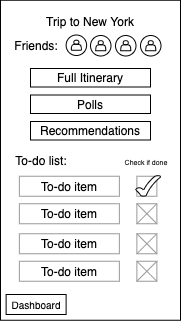
agile-dev-assignments/user-experience-design-team-luniao-devolved keeps this draw.io diagram as ux-design/CurrentTrip.png. Above is the earlier version. Source tidied: cells renumbered, new cells last; positions are measured from the earlier drawing's top-left corner, leaving out a move shared by most shapes.
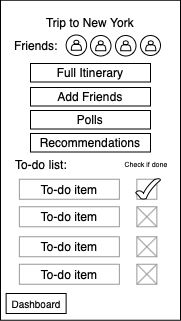
The same file after the commit.

What changed in the source:
```diff
@@ -3,88 +3,88 @@
     <mxCell id="0" />
     <mxCell id="1" parent="0" />
     <mxCell id="2" style="rounded=0;whiteSpace=wrap;html=1;" parent="1" vertex="1">
-      <mxGeometry y="-0.2" width="180" height="320" as="geometry" />
+      <mxGeometry y="0.8" width="180" height="320" as="geometry" />
     </mxCell>
     <mxCell id="3" style="rounded=0;whiteSpace=wrap;html=1;strokeColor=#999999;" parent="1" vertex="1">
-      <mxGeometry x="136.4" y="175.8" width="20" height="20" as="geometry" />
+      <mxGeometry x="136.4" y="179.8" width="20" height="20" as="geometry" />
     </mxCell>
     <mxCell id="4" value="&lt;font style=&quot;font-size: 10px&quot;&gt;Dashboard&lt;/font&gt;" style="rounded=0;whiteSpace=wrap;html=1;strokeColor=#000000;" parent="1" vertex="1">
       <mxGeometry x="5.6" y="294" width="60" height="20" as="geometry" />
     </mxCell>
     <mxCell id="5" value="Trip to New York" style="text;html=1;strokeColor=none;fillColor=none;align=center;verticalAlign=middle;whiteSpace=wrap;rounded=0;" parent="1" vertex="1">
-      <mxGeometry x="40" y="11" width="100" height="20" as="geometry" />
+      <mxGeometry x="40" y="13" width="100" height="20" as="geometry" />
     </mxCell>
     <mxCell id="6" value="Polls" style="rounded=0;whiteSpace=wrap;html=1;" parent="1" vertex="1">
-      <mxGeometry x="30" y="94.5" width="120" height="18.5" as="geometry" />
+      <mxGeometry x="30" y="111" width="120" height="18.5" as="geometry" />
     </mxCell>
     <mxCell id="7" value="Recommendations" style="rounded=0;whiteSpace=wrap;html=1;" parent="1" vertex="1">
-      <mxGeometry x="30" y="121" width="120" height="18.5" as="geometry" />
+      <mxGeometry x="30" y="134" width="120" height="18.5" as="geometry" />
     </mxCell>
     <mxCell id="8" value="To-do list:" style="text;html=1;strokeColor=none;fillColor=none;align=center;verticalAlign=middle;whiteSpace=wrap;rounded=0;" parent="1" vertex="1">
-      <mxGeometry x="10.6" y="149.2" width="60" height="21" as="geometry" />
+      <mxGeometry x="10.6" y="154.2" width="60" height="21" as="geometry" />
     </mxCell>
     <mxCell id="9" value="To-do item" style="rounded=0;whiteSpace=wrap;html=1;strokeColor=#999999;" parent="1" vertex="1">
-      <mxGeometry x="18.9" y="175.8" width="100" height="20" as="geometry" />
+      <mxGeometry x="18.9" y="179.8" width="100" height="20" as="geometry" />
     </mxCell>
     <mxCell id="10" style="rounded=0;whiteSpace=wrap;html=1;strokeColor=#999999;" parent="1" vertex="1">
-      <mxGeometry x="136.4" y="203.2" width="20" height="20" as="geometry" />
+      <mxGeometry x="136.4" y="207.2" width="20" height="20" as="geometry" />
     </mxCell>
     <mxCell id="11" style="endArrow=none;html=1;exitX=0;exitY=0;exitDx=0;exitDy=0;entryX=1;entryY=1;entryDx=0;entryDy=0;strokeColor=#999999;" parent="1" edge="1" target="10">
       <mxGeometry relative="1" as="geometry">
-        <mxPoint x="136.4" y="203.2" as="sourcePoint" />
+        <mxPoint x="136.4" y="207.2" as="sourcePoint" />
       </mxGeometry>
     </mxCell>
     <mxCell id="12" style="endArrow=none;html=1;entryX=0;entryY=1;entryDx=0;entryDy=0;exitX=1;exitY=0;exitDx=0;exitDy=0;strokeColor=#999999;" parent="1" edge="1">
       <mxGeometry relative="1" as="geometry">
-        <mxPoint x="156.4" y="203.2" as="sourcePoint" />
-        <mxPoint x="136.4" y="223.2" as="targetPoint" />
+        <mxPoint x="156.4" y="207.2" as="sourcePoint" />
+        <mxPoint x="136.4" y="227.2" as="targetPoint" />
       </mxGeometry>
     </mxCell>
     <mxCell id="13" value="To-do item" style="rounded=0;whiteSpace=wrap;html=1;strokeColor=#999999;" parent="1" vertex="1">
-      <mxGeometry x="18.9" y="203.2" width="100" height="20" as="geometry" />
+      <mxGeometry x="18.9" y="207.2" width="100" height="20" as="geometry" />
     </mxCell>
     <mxCell id="14" value="&lt;font style=&quot;font-size: 7px&quot;&gt;Check if&amp;nbsp;done&lt;/font&gt;" style="text;html=1;strokeColor=none;fillColor=none;align=center;verticalAlign=middle;whiteSpace=wrap;rounded=0;" parent="1" vertex="1">
-      <mxGeometry x="123.4" y="149.2" width="46" height="21" as="geometry" />
+      <mxGeometry x="123.4" y="152.2" width="46" height="21" as="geometry" />
     </mxCell>
     <mxCell id="15" style="rounded=0;whiteSpace=wrap;html=1;strokeColor=#999999;" parent="1" vertex="1">
-      <mxGeometry x="136.4" y="233.2" width="20" height="20" as="geometry" />
+      <mxGeometry x="136.4" y="237.2" width="20" height="20" as="geometry" />
     </mxCell>
     <mxCell id="16" style="endArrow=none;html=1;exitX=0;exitY=0;exitDx=0;exitDy=0;entryX=1;entryY=1;entryDx=0;entryDy=0;strokeColor=#999999;" parent="1" edge="1" target="15">
       <mxGeometry relative="1" as="geometry">
-        <mxPoint x="136.4" y="233.2" as="sourcePoint" />
+        <mxPoint x="136.4" y="237.2" as="sourcePoint" />
       </mxGeometry>
     </mxCell>
     <mxCell id="17" style="endArrow=none;html=1;entryX=0;entryY=1;entryDx=0;entryDy=0;exitX=1;exitY=0;exitDx=0;exitDy=0;strokeColor=#999999;" parent="1" edge="1">
       <mxGeometry relative="1" as="geometry">
-        <mxPoint x="156.4" y="233.2" as="sourcePoint" />
-        <mxPoint x="136.4" y="253.2" as="targetPoint" />
+        <mxPoint x="156.4" y="237.2" as="sourcePoint" />
+        <mxPoint x="136.4" y="257.2" as="targetPoint" />
       </mxGeometry>
     </mxCell>
     <mxCell id="18" value="To-do item" style="rounded=0;whiteSpace=wrap;html=1;strokeColor=#999999;" parent="1" vertex="1">
-      <mxGeometry x="18.9" y="233.2" width="100" height="20" as="geometry" />
+      <mxGeometry x="18.9" y="237.2" width="100" height="20" as="geometry" />
     </mxCell>
     <mxCell id="19" style="rounded=0;whiteSpace=wrap;html=1;strokeColor=#999999;" parent="1" vertex="1">
-      <mxGeometry x="136.4" y="260.8" width="20" height="20" as="geometry" />
+      <mxGeometry x="136.4" y="264.8" width="20" height="20" as="geometry" />
     </mxCell>
     <mxCell id="20" style="endArrow=none;html=1;exitX=0;exitY=0;exitDx=0;exitDy=0;entryX=1;entryY=1;entryDx=0;entryDy=0;strokeColor=#999999;" parent="1" edge="1" target="19">
       <mxGeometry relative="1" as="geometry">
-        <mxPoint x="136.4" y="260.8" as="sourcePoint" />
+        <mxPoint x="136.4" y="264.8" as="sourcePoint" />
       </mxGeometry>
     </mxCell>
     <mxCell id="21" style="endArrow=none;html=1;entryX=0;entryY=1;entryDx=0;entryDy=0;exitX=1;exitY=0;exitDx=0;exitDy=0;strokeColor=#999999;" parent="1" edge="1">
       <mxGeometry relative="1" as="geometry">
-        <mxPoint x="156.4" y="260.8" as="sourcePoint" />
-        <mxPoint x="136.4" y="280.8" as="targetPoint" />
+        <mxPoint x="156.4" y="264.8" as="sourcePoint" />
+        <mxPoint x="136.4" y="284.8" as="targetPoint" />
       </mxGeometry>
     </mxCell>
     <mxCell id="22" value="To-do item" style="rounded=0;whiteSpace=wrap;html=1;strokeColor=#999999;" parent="1" vertex="1">
-      <mxGeometry x="18.9" y="260.8" width="100" height="20" as="geometry" />
+      <mxGeometry x="18.9" y="264.8" width="100" height="20" as="geometry" />
     </mxCell>
     <mxCell id="23" value="Friends:" style="text;html=1;strokeColor=none;fillColor=none;align=center;verticalAlign=middle;whiteSpace=wrap;rounded=0;" parent="1" vertex="1">
-      <mxGeometry x="5.6" y="34" width="60" height="21" as="geometry" />
+      <mxGeometry x="5.6" y="35" width="60" height="21" as="geometry" />
     </mxCell>
     <mxCell id="24" style="group;" parent="1" vertex="1">
-      <mxGeometry x="65.6" y="34.5" width="20.5" height="20.5" as="geometry" />
+      <mxGeometry x="65.6" y="35.5" width="20.5" height="20.5" as="geometry" />
     </mxCell>
     <mxCell id="25" style="ellipse;whiteSpace=wrap;html=1;" parent="24" vertex="1">
       <mxGeometry width="20.5" height="20.5" as="geometry" />
@@ -93,7 +93,7 @@
       <mxGeometry x="5.2" y="5.2" width="10" height="10" as="geometry" />
     </mxCell>
     <mxCell id="27" style="group;" parent="1" vertex="1">
-      <mxGeometry x="90" y="35" width="20.5" height="20.5" as="geometry" />
+      <mxGeometry x="90" y="36" width="20.5" height="20.5" as="geometry" />
     </mxCell>
     <mxCell id="28" style="ellipse;whiteSpace=wrap;html=1;" parent="27" vertex="1">
       <mxGeometry width="20.5" height="20.5" as="geometry" />
@@ -102,16 +102,16 @@
       <mxGeometry x="5.2" y="5.2" width="10" height="10" as="geometry" />
     </mxCell>
     <mxCell id="30" style="group;" parent="1" vertex="1">
-      <mxGeometry x="140" y="35" width="20.5" height="20.5" as="geometry" />
+      <mxGeometry x="140" y="36" width="20.5" height="20.5" as="geometry" />
     </mxCell>
     <mxCell id="31" style="ellipse;whiteSpace=wrap;html=1;" parent="30" vertex="1">
-      <mxGeometry width="20.5" height="20.5" as="geometry" />
+      <mxGeometry width="20" height="20" as="geometry" />
     </mxCell>
     <mxCell id="32" style="shape=actor;whiteSpace=wrap;html=1;" parent="30" vertex="1">
       <mxGeometry x="5.2" y="5.2" width="10" height="10" as="geometry" />
     </mxCell>
     <mxCell id="33" style="group;" parent="1" vertex="1">
-      <mxGeometry x="115" y="35" width="20.5" height="20.5" as="geometry" />
+      <mxGeometry x="115" y="36" width="20.5" height="20.5" as="geometry" />
     </mxCell>
     <mxCell id="34" style="ellipse;whiteSpace=wrap;html=1;" parent="33" vertex="1">
       <mxGeometry width="20.5" height="20.5" as="geometry" />
@@ -120,10 +120,13 @@
       <mxGeometry x="5.2" y="5.2" width="10" height="10" as="geometry" />
     </mxCell>
     <mxCell id="36" value="Full Itinerary" style="rounded=0;whiteSpace=wrap;html=1;" parent="1" vertex="1">
-      <mxGeometry x="30" y="68" width="120" height="18.5" as="geometry" />
+      <mxGeometry x="30" y="64" width="120" height="18.5" as="geometry" />
     </mxCell>
     <mxCell id="37" style="verticalLabelPosition=bottom;verticalAlign=top;html=1;shape=mxgraph.basic.tick;" parent="1" vertex="1">
-      <mxGeometry x="135.2" y="175" width="24.8" height="20.8" as="geometry" />
+      <mxGeometry x="135.2" y="179" width="24.8" height="20.8" as="geometry" />
     </mxCell>
+    <mxCell id="38" value="Add Friends" style="rounded=0;whiteSpace=wrap;html=1;" parent="1" vertex="1">
+      <mxGeometry x="30" y="88" width="120" height="18.5" as="geometry" />
+    </mxCell>
   </root>
 </mxGraphModel>
```
